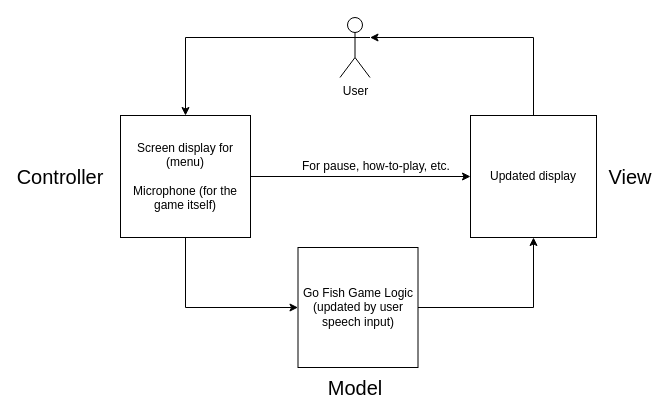
Above: GoFish MVC Architecture.drawio in isobonja/CS-321-Project (draw.io), before the change. Source tidied: cells renumbered, new cells numbered last; positions are measured from the earlier drawing's top-left corner, leaving out a move shared by most shapes. Both pictures are drawn from the tidied source at 100%, with x=0, y=0 at pixel (40, 17).
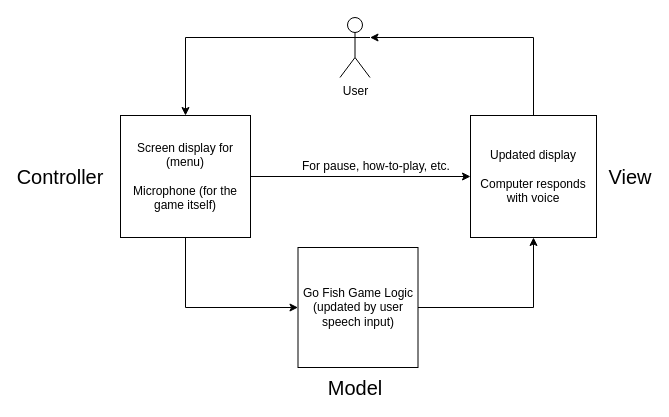
After the change.

Change to the diagram source:
```diff
@@
 <mxGraphModel>
   <root>
     <mxCell id="0" />
     <mxCell id="1" parent="0" />
     <mxCell id="2" style="edgeStyle=orthogonalEdgeStyle;rounded=0;jettySize=auto;html=1;entryX=0.5;entryY=0;entryDx=0;entryDy=0;exitX=0;exitY=0.3333333333333333;exitDx=0;exitDy=0;exitPerimeter=0;" parent="1" edge="1" source="10" target="5">
       <mxGeometry relative="1" as="geometry" />
     </mxCell>
     <mxCell id="3" style="edgeStyle=orthogonalEdgeStyle;rounded=0;jettySize=auto;html=1;exitX=0.5;exitY=1;exitDx=0;exitDy=0;entryX=0;entryY=0.5;entryDx=0;entryDy=0;" parent="1" edge="1" source="5" target="9">
       <mxGeometry relative="1" as="geometry" />
     </mxCell>
     <mxCell id="4" style="edgeStyle=orthogonalEdgeStyle;rounded=0;jettySize=auto;html=1;exitX=1;exitY=0.5;exitDx=0;exitDy=0;entryX=0;entryY=0.5;entryDx=0;entryDy=0;" parent="1" edge="1" source="5" target="7">
       <mxGeometry relative="1" as="geometry" />
     </mxCell>
     <mxCell id="5" value="Screen display for (menu)&lt;br&gt;&lt;br&gt;Microphone (for the game itself)" style="rounded=0;whiteSpace=wrap;html=1;" parent="1" vertex="1">
       <mxGeometry x="80" y="98" width="130" height="122" as="geometry" />
     </mxCell>
     <mxCell id="6" style="edgeStyle=orthogonalEdgeStyle;rounded=0;jettySize=auto;html=1;exitX=0.5;exitY=0;exitDx=0;exitDy=0;entryX=1;entryY=0.3333333333333333;entryDx=0;entryDy=0;entryPerimeter=0;" parent="1" edge="1" source="7" target="10">
       <mxGeometry relative="1" as="geometry" />
     </mxCell>
-    <mxCell id="7" value="Updated display" style="rounded=0;whiteSpace=wrap;html=1;" parent="1" vertex="1">
+    <mxCell id="7" value="Updated display&lt;br&gt;&lt;br&gt;Computer responds with voice" style="rounded=0;whiteSpace=wrap;html=1;" parent="1" vertex="1">
       <mxGeometry x="430" y="98" width="126" height="122" as="geometry" />
     </mxCell>
     <mxCell id="8" style="edgeStyle=orthogonalEdgeStyle;rounded=0;jettySize=auto;html=1;exitX=1;exitY=0.5;exitDx=0;exitDy=0;entryX=0.5;entryY=1;entryDx=0;entryDy=0;" parent="1" edge="1" source="9" target="7">
       <mxGeometry relative="1" as="geometry" />
     </mxCell>
     <mxCell id="9" value="Go Fish Game Logic&lt;br&gt;(updated by user speech input)" style="rounded=0;whiteSpace=wrap;html=1;" parent="1" vertex="1">
       <mxGeometry x="257.5" y="230" width="120" height="120" as="geometry" />
     </mxCell>
     <mxCell id="10" value="User" style="shape=umlActor;verticalLabelPosition=bottom;labelBackgroundColor=#ffffff;verticalAlign=top;html=1;outlineConnect=0;" parent="1" vertex="1">
       <mxGeometry x="299.5" width="30" height="60" as="geometry" />
     </mxCell>
     <mxCell id="11" value="&lt;font style=&quot;font-size: 20px&quot;&gt;Controller&lt;/font&gt;" style="text;html=1;strokeColor=none;fillColor=none;align=center;verticalAlign=middle;whiteSpace=wrap;rounded=0;" parent="1" vertex="1">
       <mxGeometry y="149" width="40" height="20" as="geometry" />
     </mxCell>
     <mxCell id="12" value="&lt;font style=&quot;font-size: 20px&quot;&gt;Model&lt;/font&gt;" style="text;html=1;strokeColor=none;fillColor=none;align=center;verticalAlign=middle;whiteSpace=wrap;rounded=0;" parent="1" vertex="1">
       <mxGeometry x="295" y="360" width="40" height="20" as="geometry" />
     </mxCell>
     <mxCell id="13" value="&lt;font style=&quot;font-size: 20px&quot;&gt;View&lt;/font&gt;" style="text;html=1;strokeColor=none;fillColor=none;align=center;verticalAlign=middle;whiteSpace=wrap;rounded=0;strokeWidth=3;" parent="1" vertex="1">
       <mxGeometry x="570" y="149" width="40" height="20" as="geometry" />
     </mxCell>
     <mxCell id="14" value="For pause, how-to-play, etc." style="text;html=1;align=left;verticalAlign=top;spacingTop=-4;" parent="1" vertex="1">
       <mxGeometry x="259.5" y="139" width="160" height="20" as="geometry" />
     </mxCell>
   </root>
 </mxGraphModel>
```
